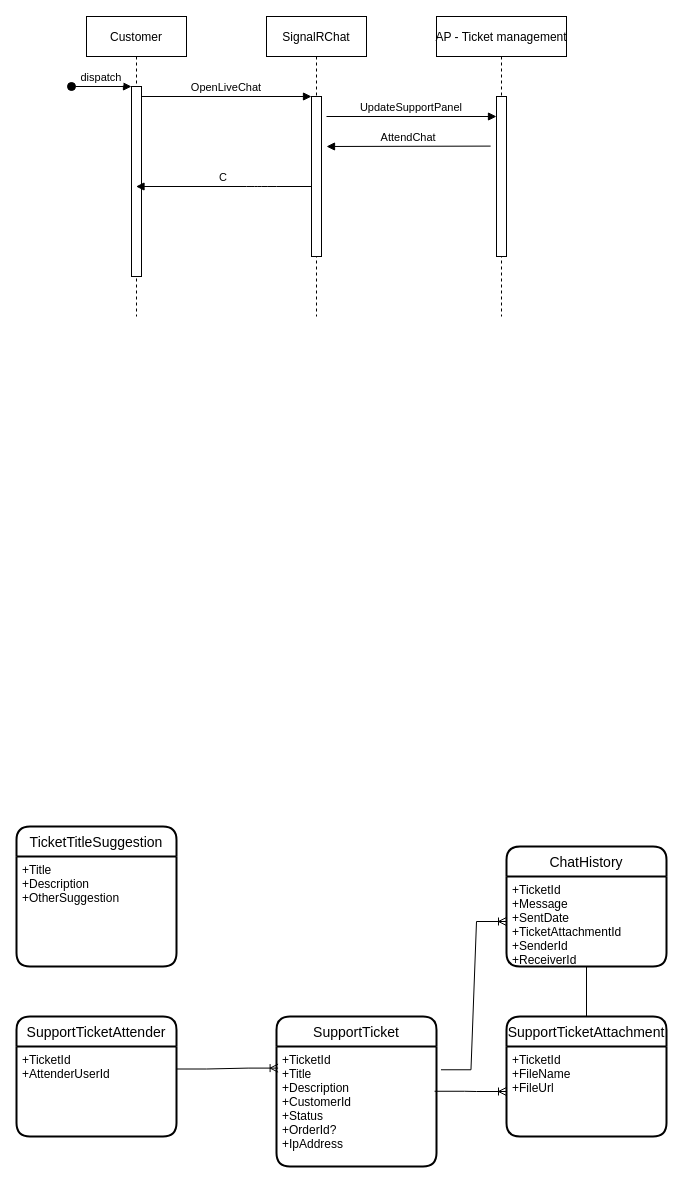
breakpoint-software/diagrams keeps this draw.io diagram as CX/Untitled Diagram.drawio. Above is the earlier version. Source tidied: cells renumbered, new cells numbered last; positions are measured from the earlier drawing's top-left corner, leaving out a move shared by most shapes. Both pictures are drawn from the tidied source at 100%, with x=0, y=0 at pixel (16, 16).
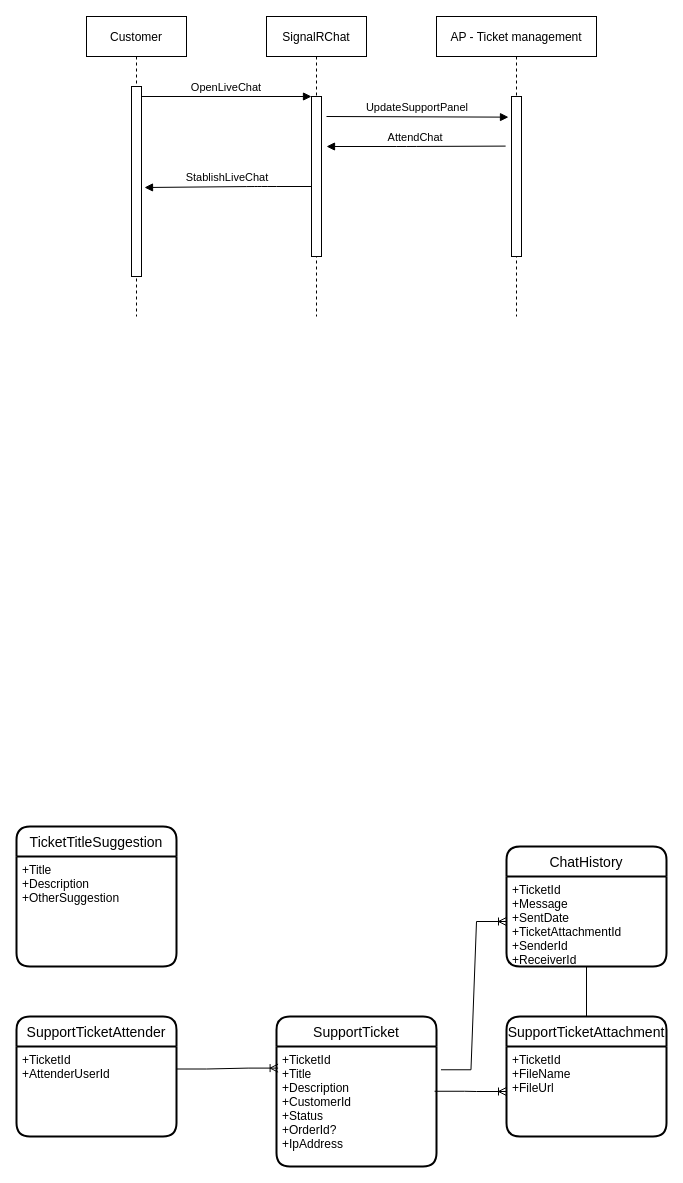
The same diagram, later.

The change refers to these unchanged cells:
```xml
<mxCell id="2" value="Customer" style="shape=umlLifeline;perimeter=lifelinePerimeter;rounded=0;shadow=0;strokeWidth=1;" parent="1" vertex="1">
  <mxGeometry x="70" width="100" height="300" as="geometry" />
</mxCell>
<mxCell id="3" style="points=[];perimeter=orthogonalPerimeter;rounded=0;shadow=0;strokeWidth=1;" parent="2" vertex="1">
  <mxGeometry x="45" y="70" width="10" height="190" as="geometry" />
</mxCell>
<mxCell id="6" style="points=[];perimeter=orthogonalPerimeter;rounded=0;shadow=0;strokeWidth=1;" parent="5" vertex="1">
  <mxGeometry x="45" y="80" width="10" height="160" as="geometry" />
</mxCell>
```

The edit, as a diff of the source:
```diff
@@
-    <mxCell id="4" value="dispatch" style="verticalAlign=bottom;startArrow=oval;endArrow=block;startSize=8;shadow=0;strokeWidth=1;" parent="2" edge="1" target="3">
-      <mxGeometry relative="1" as="geometry">
-        <mxPoint x="-15" y="70" as="sourcePoint" />
-      </mxGeometry>
-    </mxCell>
@@
-    <mxCell id="8" value="C" style="verticalAlign=bottom;endArrow=block;shadow=0;strokeWidth=1;" parent="1" edge="1" source="6" target="2">
+    <mxCell id="8" value="StablishLiveChat" style="verticalAlign=bottom;endArrow=block;shadow=0;strokeWidth=1;entryX=0.58;entryY=0.57;entryDx=0;entryDy=0;entryPerimeter=0;" parent="1" edge="1" source="6" target="2">
       <mxGeometry relative="1" as="geometry">
         <Array as="points">
           <mxPoint x="250" y="170" />
           <mxPoint x="240" y="170" />
         </Array>
       </mxGeometry>
     </mxCell>
@@
     <mxCell id="23" value="AP - Ticket management" style="shape=umlLifeline;perimeter=lifelinePerimeter;rounded=0;shadow=0;strokeWidth=1;" parent="1" vertex="1">
-      <mxGeometry x="420" width="130" height="300" as="geometry" />
+      <mxGeometry x="420" width="160" height="300" as="geometry" />
     </mxCell>
     <mxCell id="24" style="points=[];perimeter=orthogonalPerimeter;rounded=0;shadow=0;strokeWidth=1;" parent="23" vertex="1">
-      <mxGeometry x="60" y="80" width="10" height="160" as="geometry" />
+      <mxGeometry x="75" y="80" width="10" height="160" as="geometry" />
     </mxCell>
-    <mxCell id="25" value="UpdateSupportPanel" style="verticalAlign=bottom;endArrow=block;shadow=0;strokeWidth=1;" parent="1" edge="1">
+    <mxCell id="25" value="UpdateSupportPanel" style="verticalAlign=bottom;endArrow=block;shadow=0;strokeWidth=1;entryX=-0.3;entryY=0.129;entryDx=0;entryDy=0;entryPerimeter=0;" parent="1" edge="1" target="24">
       <mxGeometry relative="1" as="geometry">
         <mxPoint x="310" y="100" as="sourcePoint" />
-        <mxPoint x="480" y="100" as="targetPoint" />
       </mxGeometry>
     </mxCell>
     <mxCell id="26" value="AttendChat" style="verticalAlign=bottom;endArrow=block;shadow=0;strokeWidth=1;exitX=-0.586;exitY=0.31;exitDx=0;exitDy=0;exitPerimeter=0;" parent="1" edge="1" source="24">
       <mxGeometry relative="1" as="geometry">
         <mxPoint x="310" y="130" as="targetPoint" />
+        <Array as="points">
+          <mxPoint x="390" y="130" />
+        </Array>
       </mxGeometry>
     </mxCell>
```
